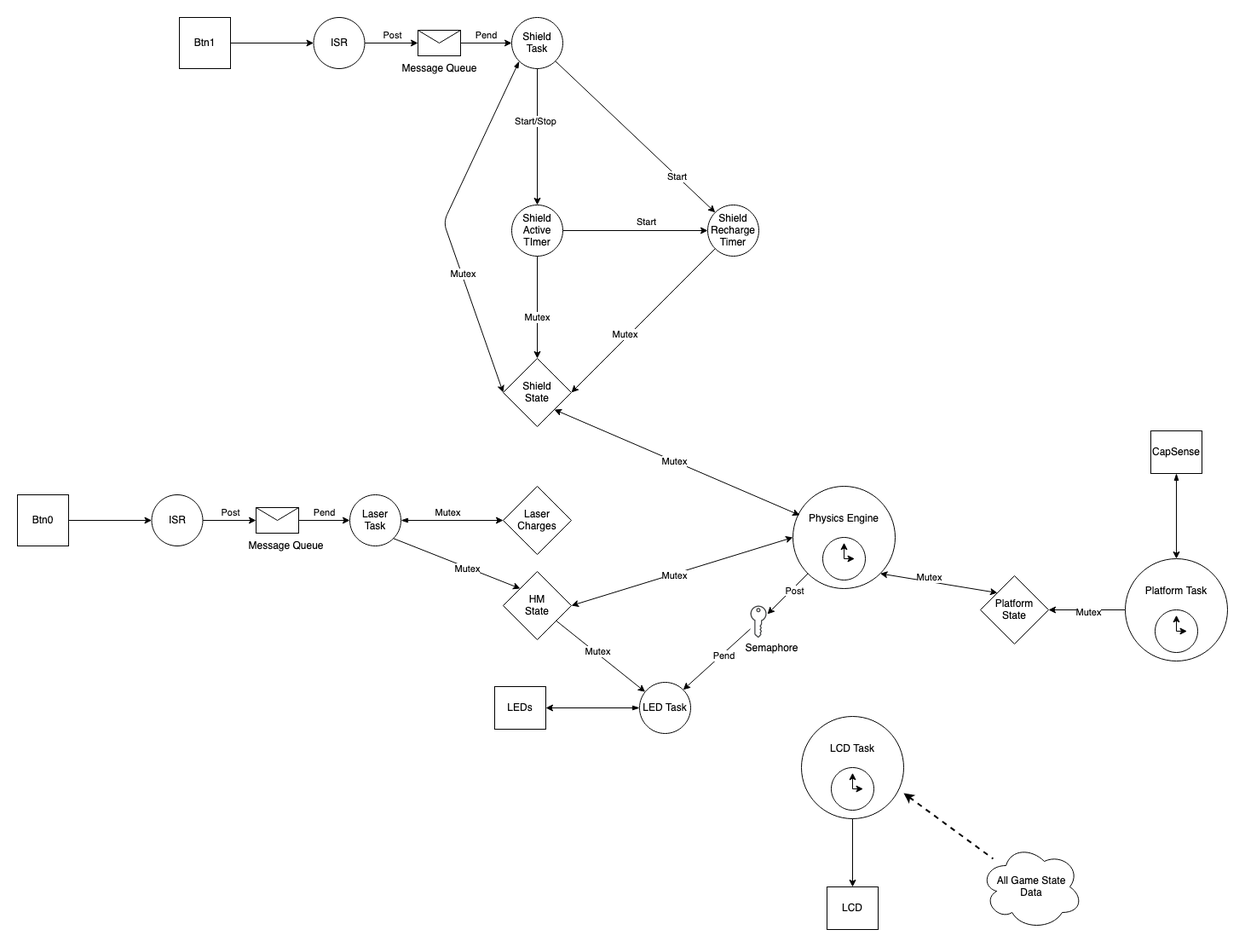
Earlier version of the draw.io export task_diagram.drawio.png (willsnider927/HoltzmanPong_RTOS). Source tidied: cells renumbered, new cells last; positions are measured from the earlier drawing's top-left corner, leaving out a move shared by most shapes.
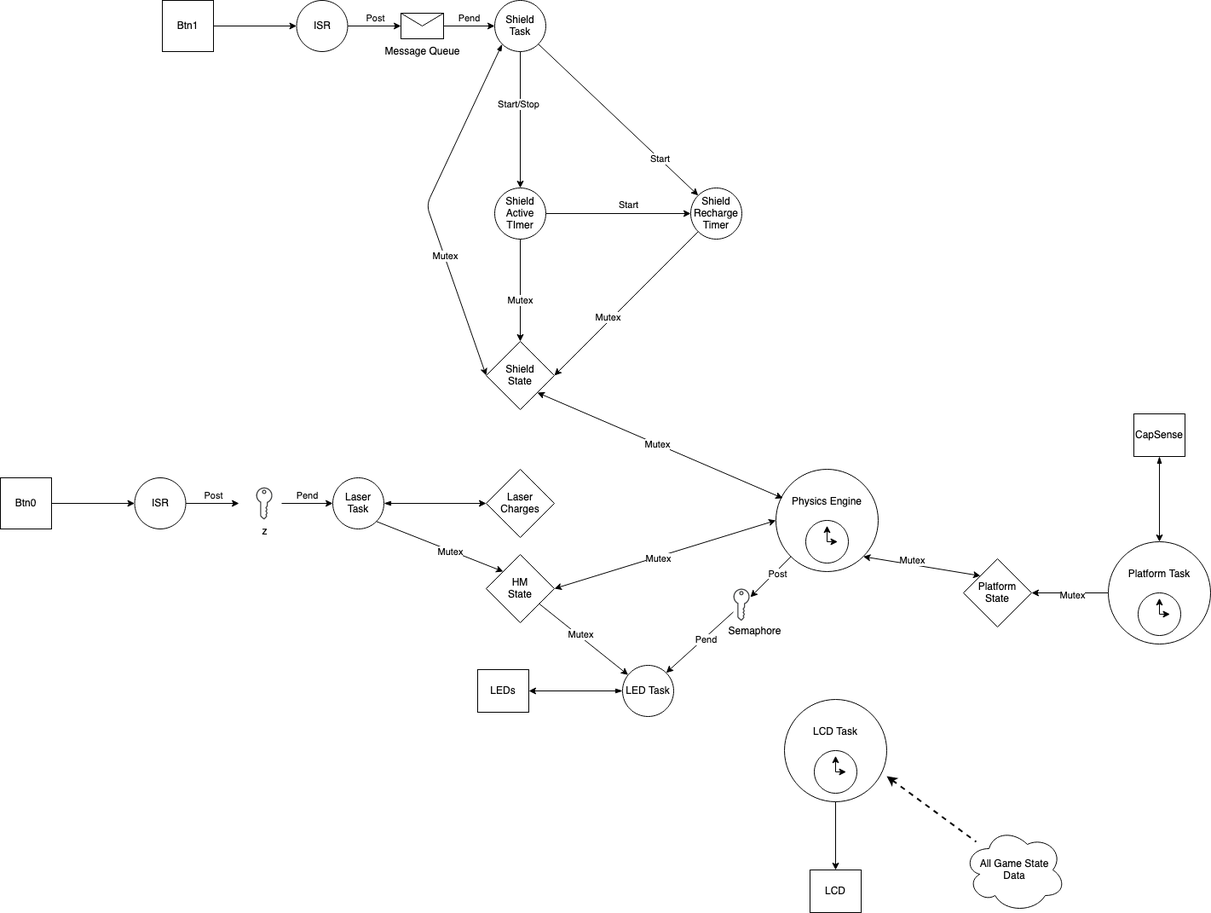
After the commit.

Diff of the diagram source:
```diff
@@ -131,36 +131,35 @@
     <mxCell id="38" value="&lt;div&gt;Laser&lt;/div&gt;&lt;div&gt;Task&lt;br&gt;&lt;/div&gt;" style="ellipse;whiteSpace=wrap;html=1;" parent="34" vertex="1">
       <mxGeometry x="390" width="60" height="60" as="geometry" />
     </mxCell>
-    <mxCell id="39" style="shape=message;html=1;whiteSpace=wrap;html=1;outlineConnect=0;" parent="34" vertex="1">
-      <mxGeometry x="280" y="15" width="50" height="30" as="geometry" />
-    </mxCell>
-    <mxCell id="40" style="edgeStyle=orthogonalEdgeStyle;rounded=0;jettySize=auto;html=1;exitX=1;exitY=0.5;exitDx=0;exitDy=0;entryX=0;entryY=0.5;entryDx=0;entryDy=0;" parent="34" edge="1" source="37" target="39">
-      <mxGeometry relative="1" as="geometry" />
+    <mxCell id="40" style="edgeStyle=orthogonalEdgeStyle;rounded=0;jettySize=auto;html=1;exitX=1;exitY=0.5;exitDx=0;exitDy=0;entryX=0;entryY=0.5;entryDx=0;entryDy=0;" parent="34" edge="1" source="37">
+      <mxGeometry relative="1" as="geometry">
+        <mxPoint x="280" y="30" as="targetPoint" />
+      </mxGeometry>
     </mxCell>
     <mxCell id="41" value="Post" style="edgeLabel;html=1;align=center;verticalAlign=middle;" parent="40" vertex="1">
       <mxGeometry x="0.06" y="3" relative="1" as="geometry">
         <mxPoint x="-1" y="-7" as="offset" />
       </mxGeometry>
     </mxCell>
-    <mxCell id="42" style="edgeStyle=orthogonalEdgeStyle;rounded=0;jettySize=auto;html=1;entryX=0;entryY=0.5;entryDx=0;entryDy=0;exitX=1;exitY=0.5;exitDx=0;exitDy=0;" parent="34" edge="1" source="39" target="38">
-      <mxGeometry relative="1" as="geometry" />
+    <mxCell id="42" style="edgeStyle=orthogonalEdgeStyle;rounded=0;jettySize=auto;html=1;entryX=0;entryY=0.5;entryDx=0;entryDy=0;exitX=1;exitY=0.5;exitDx=0;exitDy=0;" parent="34" edge="1" target="38">
+      <mxGeometry relative="1" as="geometry">
+        <mxPoint x="330" y="30" as="sourcePoint" />
+      </mxGeometry>
     </mxCell>
     <mxCell id="43" value="&lt;div&gt;Pend&lt;/div&gt;" style="edgeLabel;html=1;align=center;verticalAlign=middle;" parent="42" vertex="1">
       <mxGeometry x="-0.19" y="3" relative="1" as="geometry">
         <mxPoint x="5" y="-7" as="offset" />
       </mxGeometry>
     </mxCell>
+    <mxCell id="85" value="z" style="sketch=0;shadow=0;dashed=0;html=1;strokeColor=none;fillColor=#434445;labelPosition=center;verticalLabelPosition=bottom;verticalAlign=top;align=center;shape=mxgraph.vvd.tenant_key;" parent="34" vertex="1">
+      <mxGeometry x="300" y="11.2" width="19.1" height="37.5" as="geometry" />
+    </mxCell>
     <mxCell id="44" value="&lt;div&gt;Laser &lt;br&gt;&lt;/div&gt;&lt;div&gt;Charges&lt;br&gt;&lt;/div&gt;" style="rhombus;whiteSpace=wrap;html=1;" parent="1" vertex="1">
       <mxGeometry x="570" y="550" width="80" height="80" as="geometry" />
     </mxCell>
     <mxCell id="45" style="edgeStyle=orthogonalEdgeStyle;rounded=1;jettySize=auto;html=1;exitX=1;exitY=0.5;exitDx=0;exitDy=0;entryX=0;entryY=0.5;entryDx=0;entryDy=0;startArrow=blockThin;startFill=1;" parent="1" edge="1" source="38" target="44">
       <mxGeometry relative="1" as="geometry" />
     </mxCell>
-    <mxCell id="46" value="Mutex" style="edgeLabel;html=1;align=center;verticalAlign=middle;" parent="45" vertex="1">
-      <mxGeometry x="-0.1" y="-1" relative="1" as="geometry">
-        <mxPoint y="-11" as="offset" />
-      </mxGeometry>
-    </mxCell>
     <mxCell id="47" value="HM&lt;br&gt;State" style="rhombus;whiteSpace=wrap;html=1;" parent="1" vertex="1">
       <mxGeometry x="570" y="650" width="80" height="80" as="geometry" />
     </mxCell>
@@ -210,9 +209,6 @@
     <mxCell id="61" value="Semaphore" style="text;html=1;align=center;verticalAlign=middle;strokeColor=none;fillColor=none;" parent="1" vertex="1">
       <mxGeometry x="840" y="725" width="90" height="30" as="geometry" />
     </mxCell>
-    <mxCell id="62" value="Message Queue" style="text;html=1;align=center;verticalAlign=middle;strokeColor=none;fillColor=none;" parent="1" vertex="1">
-      <mxGeometry x="260" y="605" width="110" height="30" as="geometry" />
-    </mxCell>
     <mxCell id="63" value="LEDs" style="rounded=0;whiteSpace=wrap;html=1;" parent="1" vertex="1">
       <mxGeometry x="560" y="785" width="60" height="50" as="geometry" />
     </mxCell>
```
